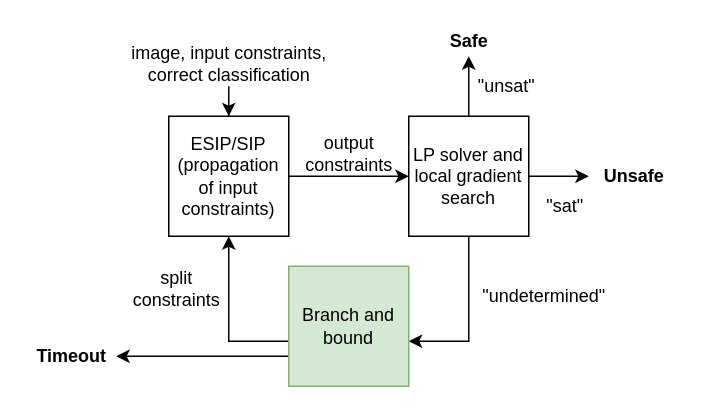
This is Algorithm.drawio from DaveHudiny/DaveHudiny, a draw.io file, before an edit. Source tidied: cells renumbered, new cells numbered last; positions are measured from the earlier drawing's top-left corner, leaving out a move shared by most shapes. Both pictures are drawn from the tidied source at 150%, with x=0, y=0 at pixel (26, 26).
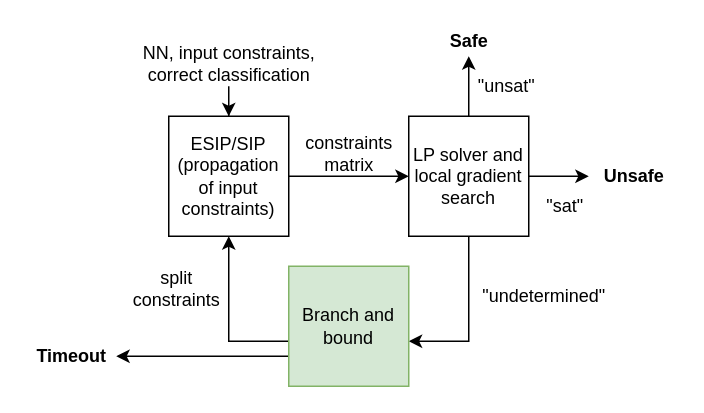
Above is the later version.

Diff of the diagram source:
```diff
@@
-    <mxCell id="11" value="image, input constraints,&lt;br&gt;correct classification" style="text;html=1;align=center;verticalAlign=middle;points=[];strokeColor=none;fillColor=none;" parent="1" vertex="1">
-      <mxGeometry x="60" y="10" width="150" height="30" as="geometry" />
+    <mxCell id="11" value="NN, input constraints,&lt;br&gt;correct classification" style="text;html=1;align=center;verticalAlign=middle;points=[];strokeColor=none;fillColor=none;" parent="1" vertex="1">
+      <mxGeometry x="70" y="10" width="130" height="30" as="geometry" />
     </mxCell>
@@
-    <mxCell id="18" value="output&lt;br&gt;constraints" style="text;html=1;align=center;verticalAlign=middle;strokeColor=none;fillColor=none;" parent="1" vertex="1">
+    <mxCell id="18" value="constraints&lt;br&gt;matrix" style="text;html=1;align=center;verticalAlign=middle;strokeColor=none;fillColor=none;" parent="1" vertex="1">
       <mxGeometry x="180" y="70" width="70" height="30" as="geometry" />
     </mxCell>
```
